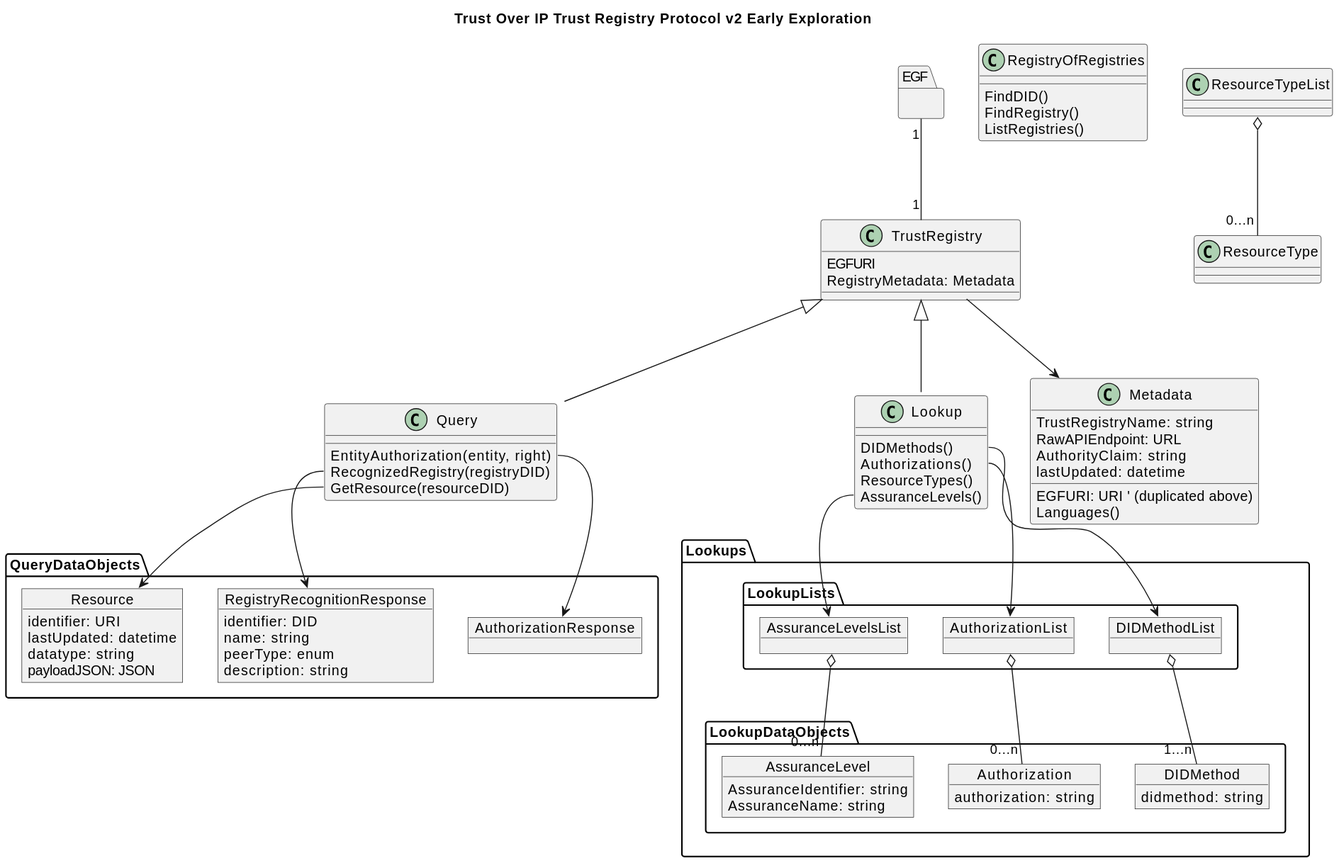
The PlantUML diagram out/v2/logical/highlevel/highlevel.svg in trustoverip/tswg-trust-registry-tf, before a commit.
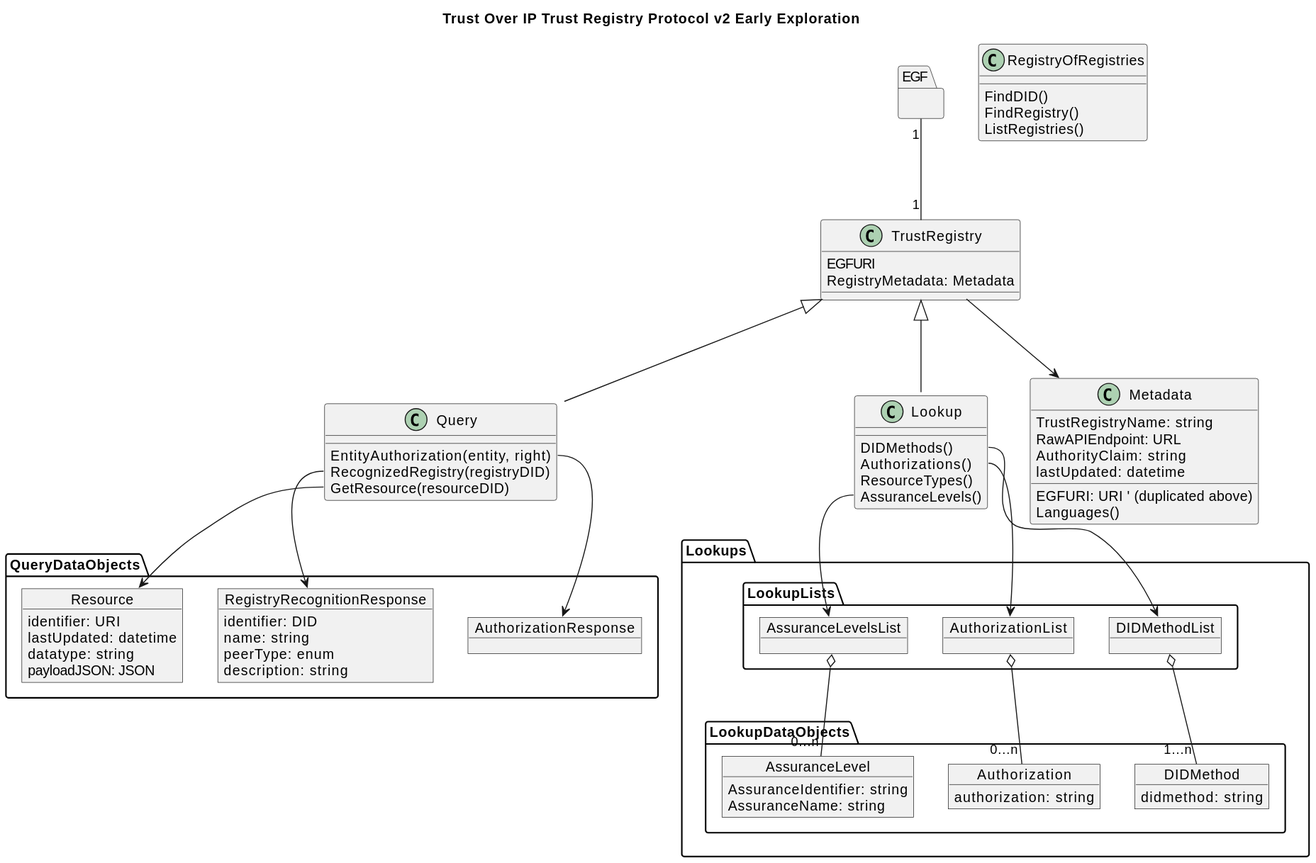
After the commit.

Commit message:
cleanup diags

Change to the diagram source:
```diff
@@ -116,7 +116,6 @@
 
 DIDMethodList o-- "1...n" DIDMethod
 AuthorizationList o-- "0...n" Authorization
-ResourceTypeList o-- "0...n" ResourceType
 
 
 
```
